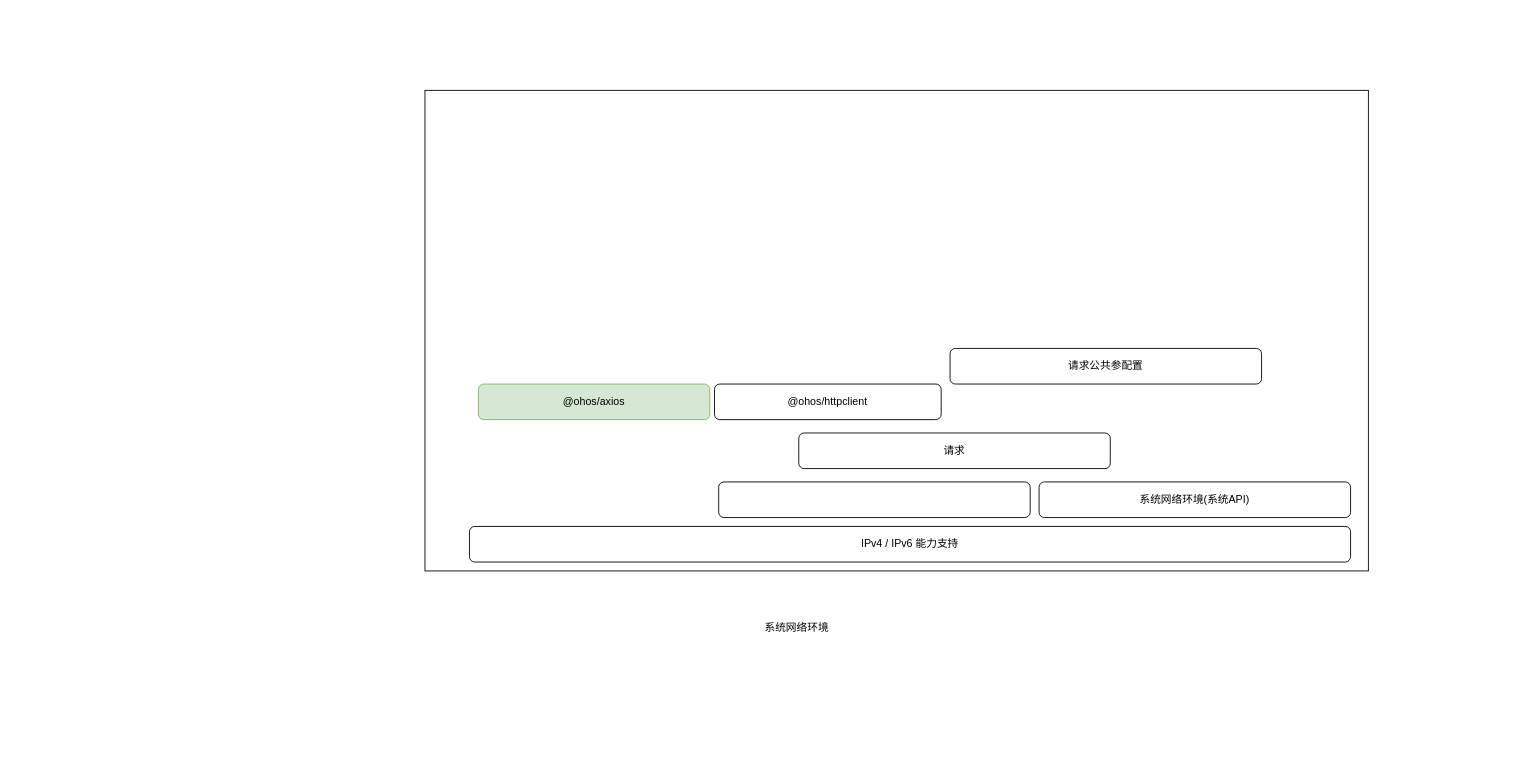
ireneAi/ireneAi.github.io keeps this draw.io diagram as net.drawio. Above is the earlier version. Source tidied: cells renumbered, new cells numbered last; positions are measured from the earlier drawing's top-left corner, leaving out a move shared by most shapes. Both pictures are drawn from the tidied source at 89%, with x=0, y=0 at pixel (425, 90).
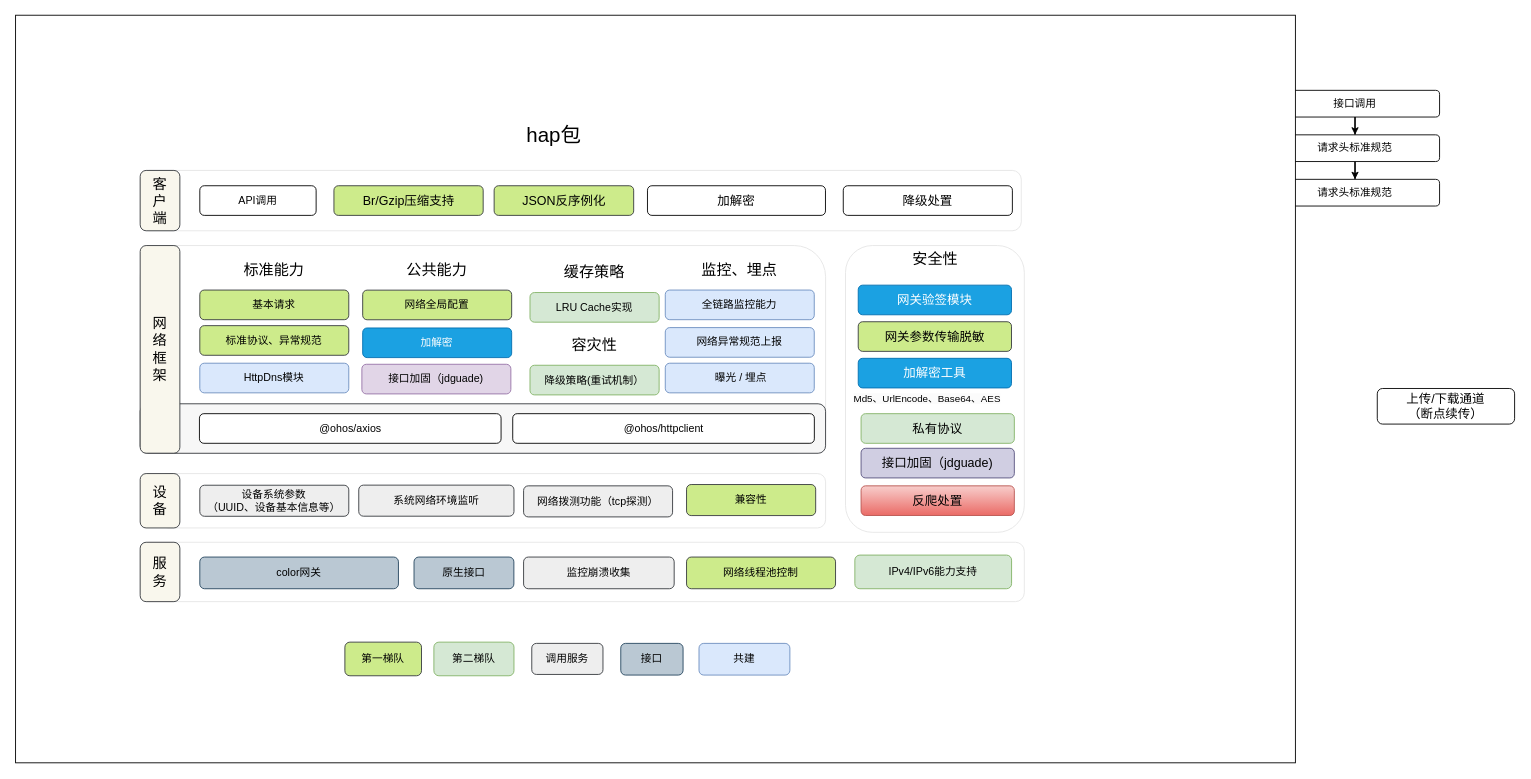
The same page after the edit.

The edit, as a diff of the source:
```diff
@@
+    <mxCell id="12" style="edgeStyle=orthogonalEdgeStyle;rounded=0;jettySize=auto;html=1;" parent="1" edge="1" source="13" target="15">
+      <mxGeometry relative="1" as="geometry" />
+    </mxCell>
+    <mxCell id="13" value="接口调用" style="rounded=1;whiteSpace=wrap;html=1;" parent="1" vertex="1">
+      <mxGeometry x="950" width="190" height="30" as="geometry" />
+    </mxCell>
+    <mxCell id="14" style="edgeStyle=orthogonalEdgeStyle;rounded=0;jettySize=auto;html=1;" parent="1" edge="1" source="15" target="16">
+      <mxGeometry relative="1" as="geometry" />
+    </mxCell>
+    <mxCell id="15" value="请求头标准规范" style="rounded=1;whiteSpace=wrap;html=1;" parent="1" vertex="1">
+      <mxGeometry x="950" y="50" width="190" height="30" as="geometry" />
+    </mxCell>
+    <mxCell id="16" value="请求头标准规范" style="rounded=1;whiteSpace=wrap;html=1;" parent="1" vertex="1">
+      <mxGeometry x="950" y="100" width="190" height="30" as="geometry" />
+    </mxCell>
+    <mxCell id="17" value="上传/下载通道 &lt;br&gt;（断点续传）" style="rounded=1;whiteSpace=wrap;html=1;fontSize=14;" parent="1" vertex="1">
+      <mxGeometry x="1070" y="335" width="154.3" height="40" as="geometry" />
+    </mxCell>
     <mxCell id="2" style="rounded=0;whiteSpace=wrap;html=1;" parent="1" vertex="1">
-      <mxGeometry width="1060" height="540" as="geometry" />
+      <mxGeometry x="-460" y="-84.4" width="1438" height="840" as="geometry" />
     </mxCell>
+    <mxCell id="18" style="rounded=1;whiteSpace=wrap;html=1;strokeColor=#E6E6E6;" parent="1" vertex="1">
+      <mxGeometry x="-320" y="90" width="990" height="67.8" as="geometry" />
+    </mxCell>
+    <mxCell id="19" style="rounded=1;whiteSpace=wrap;html=1;strokeColor=#E6E6E6;" parent="1" vertex="1">
+      <mxGeometry x="-320" y="507.8" width="993.4" height="66.7" as="geometry" />
+    </mxCell>
-    <mxCell id="3" style="rounded=1;whiteSpace=wrap;html=1;" parent="1" vertex="1">
-      <mxGeometry x="330" y="440" width="350" height="40" as="geometry" />
+    <mxCell id="3" style="rounded=1;whiteSpace=wrap;html=1;strokeColor=#E6E6E6;" parent="1" vertex="1">
+      <mxGeometry x="-320" y="174.4" width="770.1" height="233.3" as="geometry" />
     </mxCell>
-    <mxCell id="4" value="&lt;span style=&quot;color: rgb(0, 0, 0); font-family: &amp;quot;PingFang SC&amp;quot;, Helvetica, Tahoma, &amp;quot;Hiragino Sans GB&amp;quot;, &amp;quot;Microsoft YaHei&amp;quot;, SimSun, Heiti, sans-serif; font-size: 12px; font-style: normal; font-variant-ligatures: normal; font-variant-caps: normal; font-weight: 400; letter-spacing: normal; orphans: 2; text-align: left; text-indent: 0px; text-transform: none; widows: 2; word-spacing: 0px; -webkit-text-stroke-width: 0px; background-color: rgb(255, 255, 255); text-decoration-thickness: initial; text-decoration-style: initial; text-decoration-color: initial; float: none; display: inline !important;&quot;&gt;系统网络环境&lt;/span&gt;" style="text;whiteSpace=wrap;html=1;" parent="1" vertex="1">
-      <mxGeometry x="380" y="590" width="110" height="40" as="geometry" />
-    </mxCell>
+    <mxCell id="20" style="rounded=1;whiteSpace=wrap;html=1;strokeColor=#36393d;fillColor=#F7F7F7;" parent="1" vertex="1">
+      <mxGeometry x="-320" y="352.2" width="770.1" height="55.6" as="geometry" />
+    </mxCell>
+    <mxCell id="21" style="group;verticalAlign=middle;" parent="1" vertex="1">
+      <mxGeometry x="-253.4" y="363.3" width="739.4" height="36.1" as="geometry" />
+    </mxCell>
+    <mxCell id="11" value="&lt;p&gt;@ohos/axios&lt;/p&gt;&lt;p&gt;&lt;/p&gt;" style="rounded=1;whiteSpace=wrap;html=1;" parent="21" vertex="1">
+      <mxGeometry width="338.9" height="33.3" as="geometry" />
+    </mxCell>
+    <mxCell id="10" value="&lt;p&gt;@ohos/httpclient&lt;br&gt;&lt;/p&gt;" style="rounded=1;whiteSpace=wrap;html=1;" parent="21" vertex="1">
+      <mxGeometry x="352" width="338.9" height="33.3" as="geometry" />
+    </mxCell>
+    <mxCell id="22" value="公共能力" style="rounded=1;whiteSpace=wrap;html=1;horizontal=1;verticalAlign=top;fontSize=17;strokeColor=none;" parent="1" vertex="1">
+      <mxGeometry x="-70" y="185.6" width="167.4" height="155.6" as="geometry" />
+    </mxCell>
+    <mxCell id="23" value="标准能力" style="rounded=1;whiteSpace=wrap;html=1;horizontal=1;verticalAlign=top;fontSize=17;strokeColor=none;" parent="1" vertex="1">
+      <mxGeometry x="-253" y="185.6" width="167.4" height="155.6" as="geometry" />
+    </mxCell>
+    <mxCell id="6" value="color网关" style="rounded=1;whiteSpace=wrap;html=1;fillColor=#bac8d3;strokeColor=#23445d;" parent="1" vertex="1">
+      <mxGeometry x="-253" y="524.4" width="223.2" height="35.6" as="geometry" />
+    </mxCell>
+    <mxCell id="24" value="网络框架" style="rounded=1;whiteSpace=wrap;html=1;horizontal=1;verticalAlign=middle;fontSize=16;fillColor=#f9f7ed;strokeColor=#36393d;spacingLeft=6;spacingRight=6;" parent="1" vertex="1">
+      <mxGeometry x="-320" y="174.4" width="44.6" height="233.3" as="geometry" />
+    </mxCell>
+    <mxCell id="25" value="服务" style="rounded=1;whiteSpace=wrap;html=1;horizontal=1;verticalAlign=middle;fontSize=16;fillColor=#f9f7ed;strokeColor=#36393d;spacingLeft=6;spacingRight=6;" parent="1" vertex="1">
+      <mxGeometry x="-320" y="507.8" width="44.6" height="66.7" as="geometry" />
+    </mxCell>
+    <mxCell id="26" value="原生接口" style="rounded=1;whiteSpace=wrap;html=1;fillColor=#bac8d3;strokeColor=#23445d;" parent="1" vertex="1">
+      <mxGeometry x="-12.3" y="524.4" width="112.2" height="35.6" as="geometry" />
+    </mxCell>
+    <mxCell id="27" value="客户端" style="rounded=1;whiteSpace=wrap;html=1;horizontal=1;verticalAlign=middle;fontSize=16;fillColor=#f9f7ed;strokeColor=#36393d;spacingLeft=6;spacingRight=6;" parent="1" vertex="1">
+      <mxGeometry x="-320" y="90" width="44.6" height="67.8" as="geometry" />
+    </mxCell>
+    <mxCell id="28" value="API调用" style="rounded=1;whiteSpace=wrap;html=1;" parent="1" vertex="1">
+      <mxGeometry x="-253" y="107.2" width="130.7" height="33.3" as="geometry" />
+    </mxCell>
+    <mxCell id="29" value="Br/Gzip压缩支持" style="rounded=1;whiteSpace=wrap;html=1;fontSize=14;fillColor=#cdeb8b;strokeColor=#36393d;" parent="1" vertex="1">
+      <mxGeometry x="-102.3" y="107.2" width="167.7" height="33.3" as="geometry" />
+    </mxCell>
+    <mxCell id="30" value="JSON反序例化" style="rounded=1;whiteSpace=wrap;html=1;fontSize=14;fillColor=#cdeb8b;strokeColor=#36393d;" parent="1" vertex="1">
+      <mxGeometry x="77.7" y="107.2" width="156.8" height="33.3" as="geometry" />
+    </mxCell>
+    <mxCell id="31" value="安全性" style="rounded=1;whiteSpace=wrap;html=1;horizontal=1;verticalAlign=top;fontSize=17;spacingLeft=6;spacingRight=6;strokeColor=#E6E6E6;" parent="1" vertex="1">
+      <mxGeometry x="472.5" y="174.4" width="200.9" height="322.2" as="geometry" />
+    </mxCell>
+    <mxCell id="32" value="网关验签模块" style="rounded=1;whiteSpace=wrap;html=1;fontSize=14;fillColor=#1ba1e2;strokeColor=#006EAF;fontColor=#ffffff;" parent="1" vertex="1">
+      <mxGeometry x="486.8" y="218.9" width="172.2" height="33.3" as="geometry" />
+    </mxCell>
+    <mxCell id="33" value="网关参数传输脱敏" style="rounded=1;whiteSpace=wrap;html=1;fontSize=14;fillColor=#cdeb8b;strokeColor=#36393d;" parent="1" vertex="1">
+      <mxGeometry x="486.8" y="260" width="172.2" height="33.3" as="geometry" />
+    </mxCell>
+    <mxCell id="34" value="加解密工具" style="rounded=1;whiteSpace=wrap;html=1;fontSize=14;fillColor=#1ba1e2;strokeColor=#006EAF;fontColor=#ffffff;" parent="1" vertex="1">
+      <mxGeometry x="486.8" y="301.1" width="172.2" height="33.3" as="geometry" />
+    </mxCell>
+    <mxCell id="35" value="&lt;span style=&quot;color: rgb(0, 0, 0); font-family: Helvetica; font-size: 11px; font-style: normal; font-variant-ligatures: normal; font-variant-caps: normal; font-weight: 400; letter-spacing: normal; orphans: 2; text-align: center; text-indent: 0px; text-transform: none; widows: 2; word-spacing: 0px; -webkit-text-stroke-width: 0px; background-color: rgb(251, 251, 251); text-decoration-thickness: initial; text-decoration-style: initial; text-decoration-color: initial; float: none; display: inline !important;&quot;&gt;Md5、UrlEncode、Base64、AES&lt;/span&gt;" style="text;whiteSpace=wrap;html=1;fontSize=11;" parent="1" vertex="1">
+      <mxGeometry x="480.3" y="334.4" width="234.4" height="44.4" as="geometry" />
+    </mxCell>
+    <mxCell id="36" value="网络线程池控制" style="rounded=1;whiteSpace=wrap;html=1;fillColor=#cdeb8b;strokeColor=#36393d;" parent="1" vertex="1">
+      <mxGeometry x="293.9" y="524.4" width="167.4" height="35.6" as="geometry" />
+    </mxCell>
+    <mxCell id="37" value="私有协议" style="rounded=1;whiteSpace=wrap;html=1;fontSize=14;fillColor=#d5e8d4;strokeColor=#82b366;" parent="1" vertex="1">
+      <mxGeometry x="490" y="363.3" width="172.2" height="33.3" as="geometry" />
+    </mxCell>
+    <mxCell id="38" value="加解密" style="rounded=1;whiteSpace=wrap;html=1;fontSize=14;" parent="1" vertex="1">
+      <mxGeometry x="250" y="107.2" width="200" height="33.3" as="geometry" />
+    </mxCell>
+    <mxCell id="39" value="接口加固（jdguade)" style="rounded=1;whiteSpace=wrap;html=1;fontSize=14;fillColor=#d0cee2;strokeColor=#56517e;" parent="1" vertex="1">
+      <mxGeometry x="490" y="402.2" width="172.2" height="33.3" as="geometry" />
+    </mxCell>
+    <mxCell id="40" value="容灾性" style="rounded=1;whiteSpace=wrap;html=1;horizontal=1;verticalAlign=top;fontSize=17;strokeColor=none;" parent="1" vertex="1">
+      <mxGeometry x="118" y="270" width="145.1" height="80" as="geometry" />
+    </mxCell>
+    <mxCell id="41" value="降级策略(重试机制）" style="rounded=1;whiteSpace=wrap;html=1;fillColor=#d5e8d4;strokeColor=#82b366;" parent="1" vertex="1">
+      <mxGeometry x="118" y="308.9" width="145.1" height="33.3" as="geometry" />
+    </mxCell>
+    <mxCell id="42" value="反爬处置" style="rounded=1;whiteSpace=wrap;html=1;fontSize=14;fillColor=#f8cecc;strokeColor=#b85450;gradientColor=#ea6b66;" parent="1" vertex="1">
+      <mxGeometry x="490" y="444.4" width="172.2" height="33.3" as="geometry" />
+    </mxCell>
+    <mxCell id="43" style="group;" parent="1" vertex="1">
+      <mxGeometry x="-70" y="227.8" width="167.4" height="107.8" as="geometry" />
+    </mxCell>
+    <mxCell id="7" value="网络全局配置" style="rounded=1;whiteSpace=wrap;html=1;fillColor=#cdeb8b;strokeColor=#36393d;" parent="43" vertex="1">
+      <mxGeometry y="-3.3" width="167.4" height="33.3" as="geometry" />
+    </mxCell>
+    <mxCell id="44" value="加解密" style="rounded=1;whiteSpace=wrap;html=1;fontSize=12;fillColor=#1ba1e2;strokeColor=#006EAF;fontColor=#ffffff;" parent="43" vertex="1">
+      <mxGeometry y="39.2" width="167.4" height="33.3" as="geometry" />
+    </mxCell>
+    <mxCell id="45" style="group;" parent="1" vertex="1">
+      <mxGeometry x="-253" y="224.4" width="167.4" height="108.9" as="geometry" />
+    </mxCell>
+    <mxCell id="8" value="基本请求" style="rounded=1;whiteSpace=wrap;html=1;fillColor=#cdeb8b;strokeColor=#36393d;" parent="45" vertex="1">
+      <mxGeometry width="167.4" height="33.3" as="geometry" />
+    </mxCell>
+    <mxCell id="46" value="标准协议、异常规范" style="rounded=1;whiteSpace=wrap;html=1;fillColor=#cdeb8b;strokeColor=#36393d;" parent="45" vertex="1">
+      <mxGeometry y="40" width="167.4" height="33.3" as="geometry" />
+    </mxCell>
+    <mxCell id="47" value="HttpDns模块" style="rounded=1;whiteSpace=wrap;html=1;fillColor=#dae8fc;strokeColor=#6c8ebf;" parent="45" vertex="1">
+      <mxGeometry y="82.2" width="167.4" height="33.3" as="geometry" />
+    </mxCell>
+    <mxCell id="48" style="rounded=1;whiteSpace=wrap;html=1;strokeColor=#E6E6E6;" parent="1" vertex="1">
+      <mxGeometry x="-297.7" y="430.6" width="747.8" height="61.1" as="geometry" />
+    </mxCell>
-    <mxCell id="5" value="系统网络环境(系统API)" style="rounded=1;whiteSpace=wrap;html=1;" parent="1" vertex="1">
-      <mxGeometry x="690" y="440" width="350" height="40" as="geometry" />
+    <mxCell id="5" value="系统网络环境监听" style="rounded=1;whiteSpace=wrap;html=1;fillColor=#eeeeee;strokeColor=#36393d;" parent="1" vertex="1">
+      <mxGeometry x="-74.4" y="443.6" width="174.4" height="34.9" as="geometry" />
     </mxCell>
-    <mxCell id="6" value="IPv4 / IPv6 能力支持" style="rounded=1;whiteSpace=wrap;html=1;" parent="1" vertex="1">
-      <mxGeometry x="50" y="490" width="990" height="40" as="geometry" />
-    </mxCell>
-    <mxCell id="7" value="请求公共参配置" style="rounded=1;whiteSpace=wrap;html=1;" parent="1" vertex="1">
-      <mxGeometry x="590" y="290" width="350" height="40" as="geometry" />
-    </mxCell>
-    <mxCell id="8" value="请求" style="rounded=1;whiteSpace=wrap;html=1;" parent="1" vertex="1">
-      <mxGeometry x="420" y="385" width="350" height="40" as="geometry" />
-    </mxCell>
-    <mxCell id="9" style="group;" parent="1" vertex="1">
-      <mxGeometry x="60" y="330" width="520" height="40" as="geometry" />
-    </mxCell>
-    <mxCell id="10" value="&lt;p&gt;@ohos/axios&lt;/p&gt;" style="rounded=1;whiteSpace=wrap;html=1;fillColor=#d5e8d4;strokeColor=#82b366;" parent="9" vertex="1">
-      <mxGeometry width="260" height="40" as="geometry" />
-    </mxCell>
-    <mxCell id="11" value="&lt;p&gt;&lt;/p&gt;&lt;p&gt;@ohos/httpclient&lt;/p&gt;" style="rounded=1;whiteSpace=wrap;html=1;" parent="9" vertex="1">
-      <mxGeometry x="265.3" width="254.7" height="40" as="geometry" />
-    </mxCell>
+    <mxCell id="49" value="设备系统参数&lt;br&gt;（UUID、设备基本信息等）" style="rounded=1;whiteSpace=wrap;html=1;fillColor=#eeeeee;strokeColor=#36393d;" parent="1" vertex="1">
+      <mxGeometry x="-253" y="443.7" width="167.4" height="34.9" as="geometry" />
+    </mxCell>
+    <mxCell id="50" value="设备&lt;br&gt;" style="rounded=1;whiteSpace=wrap;html=1;horizontal=1;verticalAlign=middle;fontSize=16;fillColor=#f9f7ed;strokeColor=#36393d;spacingLeft=6;spacingRight=6;" parent="1" vertex="1">
+      <mxGeometry x="-320" y="430.6" width="44.6" height="61.1" as="geometry" />
+    </mxCell>
+    <mxCell id="51" value="兼容性" style="rounded=1;whiteSpace=wrap;html=1;fillColor=#cdeb8b;strokeColor=#36393d;" parent="1" vertex="1">
+      <mxGeometry x="293.9" y="442.9" width="145.1" height="34.9" as="geometry" />
+    </mxCell>
+    <mxCell id="52" value="降级处置" style="rounded=1;whiteSpace=wrap;html=1;fontSize=14;" parent="1" vertex="1">
+      <mxGeometry x="470" y="107.2" width="190" height="33.3" as="geometry" />
+    </mxCell>
+    <mxCell id="53" value="缓存策略" style="rounded=1;whiteSpace=wrap;html=1;horizontal=1;verticalAlign=top;fontSize=17;strokeColor=none;" parent="1" vertex="1">
+      <mxGeometry x="118" y="188.3" width="145.1" height="81.7" as="geometry" />
+    </mxCell>
+    <mxCell id="54" value="LRU Cache实现" style="rounded=1;whiteSpace=wrap;html=1;fillColor=#d5e8d4;strokeColor=#82b366;" parent="1" vertex="1">
+      <mxGeometry x="118" y="227.2" width="145.1" height="33.3" as="geometry" />
+    </mxCell>
+    <mxCell id="55" value="IPv4/IPv6能力支持" style="rounded=1;whiteSpace=wrap;html=1;fillColor=#d5e8d4;strokeColor=#82b366;" parent="1" vertex="1">
+      <mxGeometry x="483" y="522.2" width="176.1" height="37.8" as="geometry" />
+    </mxCell>
+    <mxCell id="56" value="网络拨测功能（tcp探测）" style="rounded=1;whiteSpace=wrap;html=1;fillColor=#eeeeee;strokeColor=#36393d;" parent="1" vertex="1">
+      <mxGeometry x="110.8" y="444.4" width="167.4" height="34.9" as="geometry" />
+    </mxCell>
+    <mxCell id="57" value="监控崩溃收集" style="rounded=1;whiteSpace=wrap;html=1;fillColor=#eeeeee;strokeColor=#36393d;" parent="1" vertex="1">
+      <mxGeometry x="110.8" y="524.4" width="169.2" height="35.6" as="geometry" />
+    </mxCell>
+    <mxCell id="58" value="第一梯队" style="rounded=1;whiteSpace=wrap;html=1;fillColor=#cdeb8b;strokeColor=#36393d;" parent="1" vertex="1">
+      <mxGeometry x="-90" y="620" width="86.1" height="37.8" as="geometry" />
+    </mxCell>
+    <mxCell id="59" value="第二梯队" style="rounded=1;whiteSpace=wrap;html=1;fillColor=#d5e8d4;strokeColor=#82b366;" parent="1" vertex="1">
+      <mxGeometry x="10" y="620" width="90" height="37.8" as="geometry" />
+    </mxCell>
+    <mxCell id="60" value="调用服务" style="rounded=1;whiteSpace=wrap;html=1;fillColor=#eeeeee;strokeColor=#36393d;" parent="1" vertex="1">
+      <mxGeometry x="120" y="621.4" width="80" height="34.9" as="geometry" />
+    </mxCell>
+    <mxCell id="61" value="接口" style="rounded=1;whiteSpace=wrap;html=1;fillColor=#bac8d3;strokeColor=#23445d;" parent="1" vertex="1">
+      <mxGeometry x="220" y="621.4" width="70" height="35.6" as="geometry" />
+    </mxCell>
+    <mxCell id="62" value="接口加固（jdguade)" style="rounded=1;whiteSpace=wrap;html=1;fontSize=12;fillColor=#e1d5e7;strokeColor=#9673a6;" parent="1" vertex="1">
+      <mxGeometry x="-70.9" y="307.8" width="167.4" height="33.3" as="geometry" />
+    </mxCell>
+    <mxCell id="63" value="监控、埋点" style="rounded=1;whiteSpace=wrap;html=1;horizontal=1;verticalAlign=top;fontSize=17;strokeColor=none;" parent="1" vertex="1">
+      <mxGeometry x="270" y="185.6" width="167.4" height="155.6" as="geometry" />
+    </mxCell>
+    <mxCell id="64" style="group;" parent="1" vertex="1">
+      <mxGeometry x="270" y="224.4" width="167.4" height="107.8" as="geometry" />
+    </mxCell>
+    <mxCell id="65" value="&amp;nbsp;曝光 / 埋点" style="rounded=1;whiteSpace=wrap;html=1;fillColor=#dae8fc;strokeColor=#6c8ebf;" parent="64" vertex="1">
+      <mxGeometry y="82.2" width="167.4" height="33.3" as="geometry" />
+    </mxCell>
+    <mxCell id="66" value="全链路监控能力" style="rounded=1;whiteSpace=wrap;html=1;fillColor=#dae8fc;strokeColor=#6c8ebf;" parent="64" vertex="1">
+      <mxGeometry width="167.4" height="33.3" as="geometry" />
+    </mxCell>
+    <mxCell id="67" value="网络异常规范上报" style="rounded=1;whiteSpace=wrap;html=1;fillColor=#dae8fc;strokeColor=#6c8ebf;" parent="64" vertex="1">
+      <mxGeometry y="42.2" width="167.4" height="33.3" as="geometry" />
+    </mxCell>
+    <mxCell id="68" value="&lt;span style=&quot;font-size: 23px;&quot;&gt;hap包&lt;/span&gt;&lt;span style=&quot;font-size: 23px;&quot;&gt;&lt;/span&gt;" style="text;whiteSpace=wrap;html=1;align=center;fontSize=23;" parent="1" vertex="1">
+      <mxGeometry x="110.2" y="30" width="70" height="40" as="geometry" />
+    </mxCell>
+    <mxCell id="69" value="共建" style="rounded=1;whiteSpace=wrap;html=1;fillColor=#dae8fc;strokeColor=#6c8ebf;" parent="1" vertex="1">
+      <mxGeometry x="307.9" y="621.4" width="102.1" height="35.6" as="geometry" />
+    </mxCell>
```
